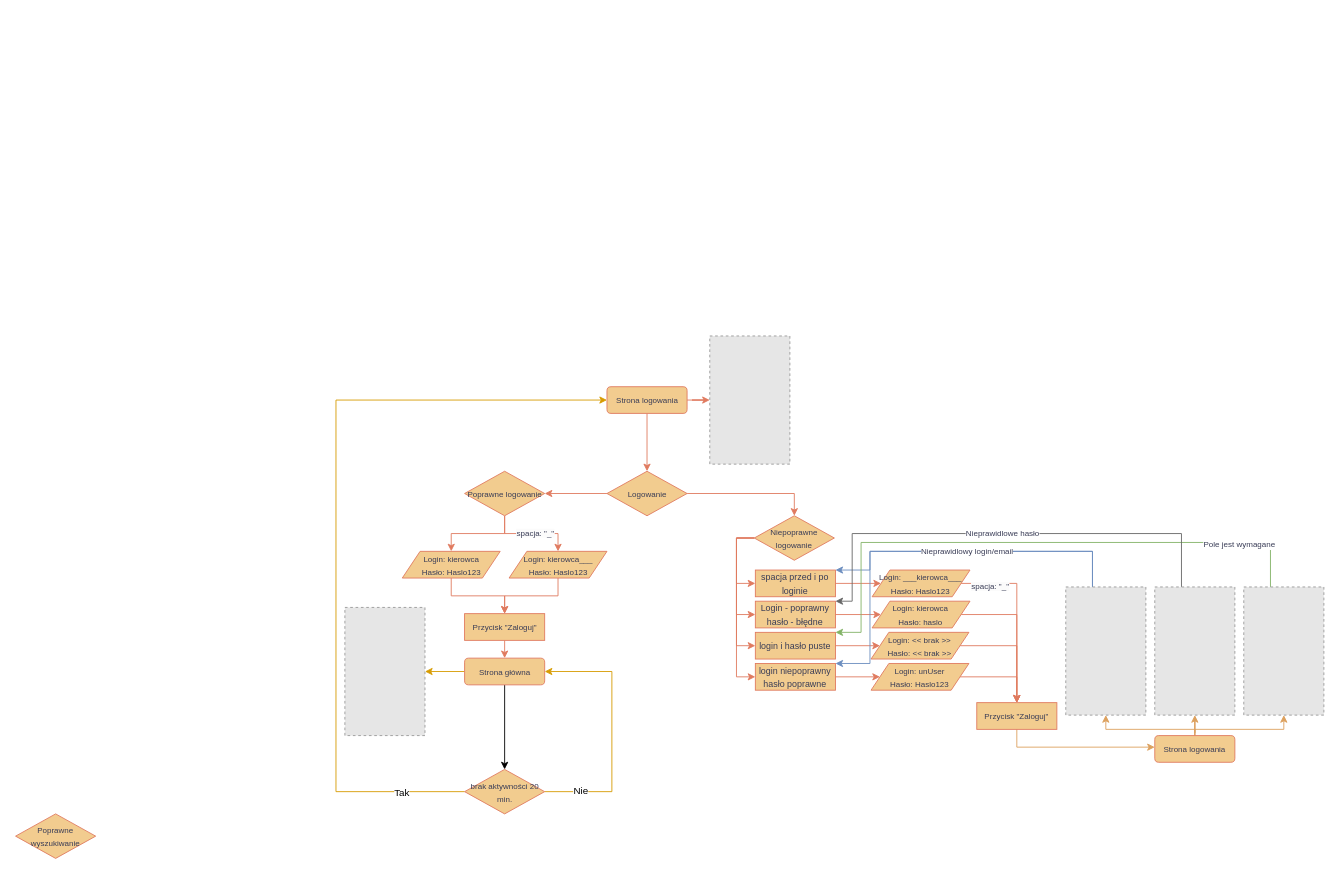
Before: Strona Logowania.drawio in IvanykTaras/Decision_FlowChart_Asystent_Enterprise, a draw.io diagram. Source tidied: cells renumbered, new cells numbered last; positions are measured from the earlier drawing's top-left corner, leaving out a move shared by most shapes. Both pictures are drawn from the tidied source at 89%, with x=0, y=0 at pixel (15, 336). Pictures stored in the file or linked from it are replaced by grey dashed boxes.
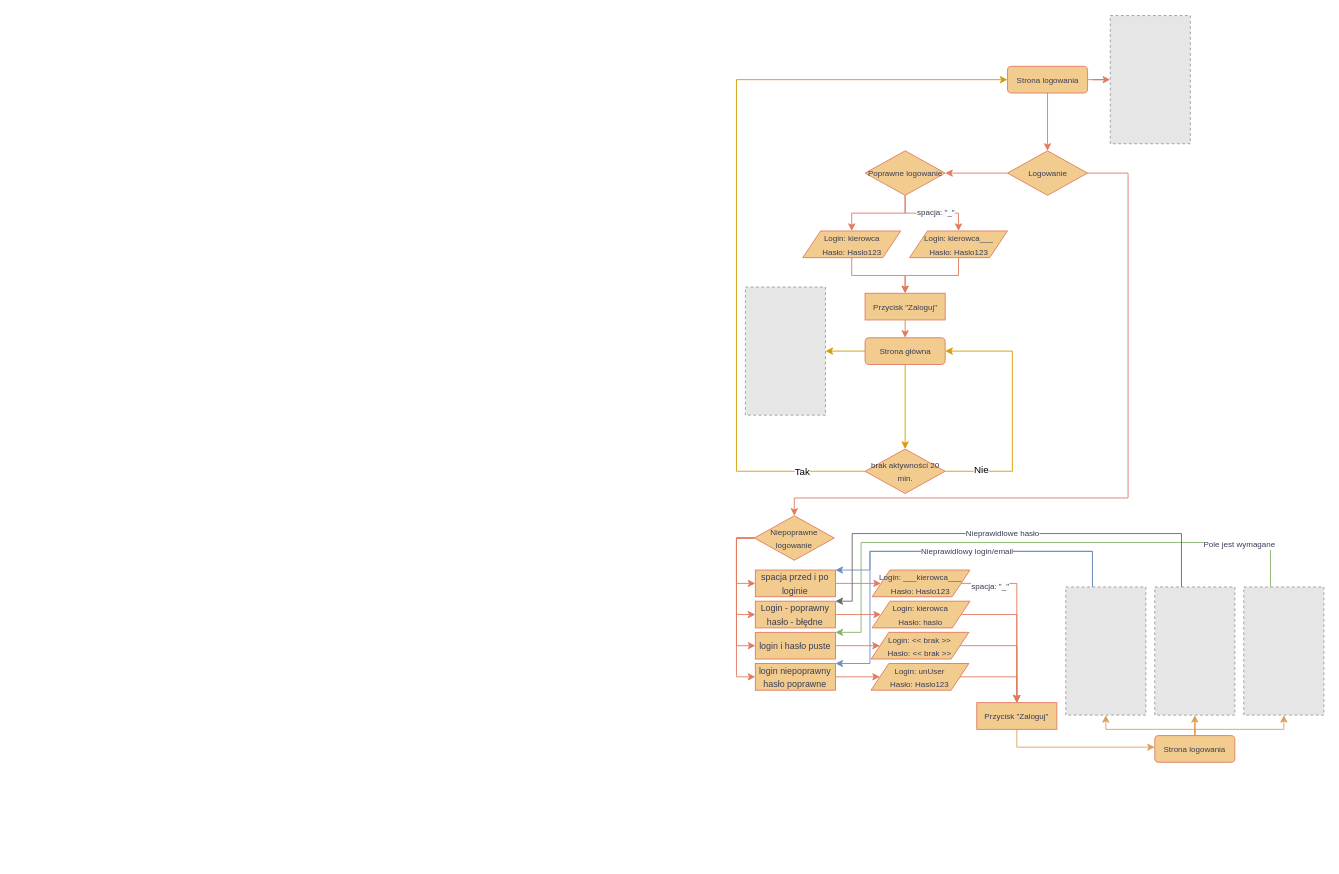
Above is the later version.

Unchanged cells that the change refers to:
```xml
<mxCell id="22" value="&lt;span style=&quot;font-size: 9px; text-wrap: nowrap;&quot;&gt;Niepoprawne&lt;/span&gt;&lt;br style=&quot;font-size: 9px; text-wrap: nowrap;&quot;&gt;&lt;span style=&quot;font-size: 9px; text-wrap: nowrap;&quot;&gt;logowanie&lt;/span&gt;" style="rhombus;whiteSpace=wrap;html=1;rounded=0;labelBackgroundColor=none;fillColor=#F2CC8F;strokeColor=#E07A5F;fontColor=#393C56;" parent="1" vertex="1">
  <mxGeometry x="830" y="202" width="90" height="50" as="geometry" />
</mxCell>
```

Diff of the diagram source:
```diff
@@
     <mxCell id="4" style="fillColor=#E6E6E6;strokeColor=#999999;dashed=1;verticalLabelPosition=bottom;verticalAlign=top;labelBackgroundColor=none;fontColor=#393C56;" parent="1" vertex="1">
-      <mxGeometry x="780" width="90" height="144" as="geometry" />
+      <mxGeometry x="1230" y="-360" width="90" height="144" as="geometry" />
     </mxCell>
@@
     <mxCell id="6" value="&lt;font style=&quot;font-size: 9px;&quot;&gt;Logowanie&lt;/font&gt;" style="rhombus;whiteSpace=wrap;html=1;rounded=0;labelBackgroundColor=none;fillColor=#F2CC8F;strokeColor=#E07A5F;fontColor=#393C56;" parent="1" vertex="1">
-      <mxGeometry x="664.5" y="152" width="90" height="50" as="geometry" />
+      <mxGeometry x="1114.5" y="-208" width="90" height="50" as="geometry" />
     </mxCell>
     <mxCell id="7" style="fillColor=#E6E6E6;strokeColor=#999999;dashed=1;verticalLabelPosition=bottom;verticalAlign=top;labelBackgroundColor=none;fontColor=#393C56;" parent="1" vertex="1">
-      <mxGeometry x="370" y="305" width="90" height="144" as="geometry" />
+      <mxGeometry x="820" y="-55" width="90" height="144" as="geometry" />
     </mxCell>
@@
     <mxCell id="9" value="&lt;font style=&quot;font-size: 9px;&quot;&gt;Login: kierowca&lt;/font&gt;&lt;div&gt;&lt;font style=&quot;font-size: 9px;&quot;&gt;Hasło: Haslo123&lt;/font&gt;&lt;/div&gt;" style="shape=parallelogram;perimeter=parallelogramPerimeter;whiteSpace=wrap;html=1;fixedSize=1;labelBackgroundColor=none;fillColor=#F2CC8F;strokeColor=#E07A5F;fontColor=#393C56;" parent="1" vertex="1">
-      <mxGeometry x="434.5" y="242" width="110" height="30" as="geometry" />
+      <mxGeometry x="884.5" y="-118" width="110" height="30" as="geometry" />
     </mxCell>
     <mxCell id="10" value="&lt;font style=&quot;font-size: 9px;&quot;&gt;Strona logowania&lt;/font&gt;" style="rounded=1;whiteSpace=wrap;html=1;labelBackgroundColor=none;fillColor=#F2CC8F;strokeColor=#E07A5F;fontColor=#393C56;" parent="1" vertex="1">
-      <mxGeometry x="664.5" y="57" width="90" height="30" as="geometry" />
+      <mxGeometry x="1114.5" y="-303" width="90" height="30" as="geometry" />
     </mxCell>
@@
-    <mxCell id="12" style="edgeStyle=orthogonalEdgeStyle;rounded=0;jettySize=auto;html=1;" parent="1" edge="1" source="13" target="66">
+    <mxCell id="12" style="edgeStyle=orthogonalEdgeStyle;rounded=0;jettySize=auto;html=1;fillColor=#ffe6cc;strokeColor=#d79b00;" parent="1" edge="1" source="13" target="66">
       <mxGeometry relative="1" as="geometry" />
     </mxCell>
     <mxCell id="13" value="&lt;span style=&quot;font-size: 9px;&quot;&gt;Strona główna&lt;/span&gt;" style="rounded=1;whiteSpace=wrap;html=1;labelBackgroundColor=none;fillColor=#F2CC8F;strokeColor=#E07A5F;fontColor=#393C56;" parent="1" vertex="1">
-      <mxGeometry x="504.5" y="362" width="90" height="30" as="geometry" />
+      <mxGeometry x="954.5" y="2" width="90" height="30" as="geometry" />
     </mxCell>
@@
     <mxCell id="17" style="edgeStyle=orthogonalEdgeStyle;rounded=0;jettySize=auto;html=1;entryX=0.5;entryY=0;entryDx=0;entryDy=0;labelBackgroundColor=none;strokeColor=#E07A5F;fontColor=default;" parent="1" edge="1" source="6" target="22">
-      <mxGeometry relative="1" as="geometry" />
+      <mxGeometry relative="1" as="geometry">
+        <Array as="points">
+          <mxPoint x="1250" y="-183" />
+          <mxPoint x="1250" y="182" />
+          <mxPoint x="875" y="182" />
+        </Array>
+      </mxGeometry>
     </mxCell>
@@
     <mxCell id="23" value="&lt;font style=&quot;font-size: 9px;&quot;&gt;Login: kierowca___&lt;/font&gt;&lt;div&gt;&lt;font style=&quot;font-size: 9px;&quot;&gt;Hasło: Haslo123&lt;/font&gt;&lt;/div&gt;" style="shape=parallelogram;perimeter=parallelogramPerimeter;whiteSpace=wrap;html=1;fixedSize=1;labelBackgroundColor=none;fillColor=#F2CC8F;strokeColor=#E07A5F;fontColor=#393C56;" parent="1" vertex="1">
-      <mxGeometry x="554.5" y="242" width="110" height="30" as="geometry" />
+      <mxGeometry x="1004.5" y="-118" width="110" height="30" as="geometry" />
     </mxCell>
@@
     <mxCell id="26" value="&lt;span style=&quot;font-size: 9px;&quot;&gt;Przycisk &quot;Zaloguj&quot;&lt;/span&gt;" style="rounded=0;whiteSpace=wrap;html=1;labelBackgroundColor=none;fillColor=#F2CC8F;strokeColor=#E07A5F;fontColor=#393C56;" parent="1" vertex="1">
-      <mxGeometry x="504.5" y="312" width="90" height="30" as="geometry" />
+      <mxGeometry x="954.5" y="-48" width="90" height="30" as="geometry" />
     </mxCell>
@@
     <mxCell id="46" value="&lt;span style=&quot;font-size: 9px;&quot;&gt;Poprawne logowanie&lt;/span&gt;" style="rhombus;whiteSpace=wrap;html=1;rounded=0;labelBackgroundColor=none;fillColor=#F2CC8F;strokeColor=#E07A5F;fontColor=#393C56;" parent="1" vertex="1">
-      <mxGeometry x="504.5" y="152" width="90" height="50" as="geometry" />
+      <mxGeometry x="954.5" y="-208" width="90" height="50" as="geometry" />
     </mxCell>
@@
-    <mxCell id="61" value="&lt;span style=&quot;font-size: 9px;&quot;&gt;Poprawne wyszukiwanie&lt;/span&gt;" style="rhombus;whiteSpace=wrap;html=1;rounded=0;labelBackgroundColor=none;fillColor=#F2CC8F;strokeColor=#E07A5F;fontColor=#393C56;" parent="1" vertex="1">
-      <mxGeometry y="537" width="90" height="50" as="geometry" />
-    </mxCell>
     <mxCell id="62" style="edgeStyle=orthogonalEdgeStyle;rounded=0;jettySize=auto;html=1;fillColor=#ffe6cc;strokeColor=#d79b00;" parent="1" edge="1" source="66" target="10">
       <mxGeometry relative="1" as="geometry">
         <Array as="points">
-          <mxPoint x="360" y="512" />
-          <mxPoint x="360" y="72" />
+          <mxPoint x="810" y="152" />
+          <mxPoint x="810" y="-288" />
         </Array>
       </mxGeometry>
     </mxCell>
@@
     <mxCell id="64" style="edgeStyle=orthogonalEdgeStyle;rounded=0;jettySize=auto;html=1;fillColor=#ffe6cc;strokeColor=#d79b00;" parent="1" edge="1" source="66" target="13">
       <mxGeometry relative="1" as="geometry">
         <Array as="points">
-          <mxPoint x="670" y="512" />
-          <mxPoint x="670" y="377" />
+          <mxPoint x="1120" y="152" />
+          <mxPoint x="1120" y="17" />
         </Array>
       </mxGeometry>
     </mxCell>
@@
     <mxCell id="66" value="&lt;span style=&quot;font-size: 9px;&quot;&gt;brak aktywności 20 min.&lt;/span&gt;" style="rhombus;whiteSpace=wrap;html=1;rounded=0;labelBackgroundColor=none;fillColor=#F2CC8F;strokeColor=#E07A5F;fontColor=#393C56;" parent="1" vertex="1">
-      <mxGeometry x="504.5" y="487" width="90" height="50" as="geometry" />
+      <mxGeometry x="954.5" y="127" width="90" height="50" as="geometry" />
     </mxCell>
```
